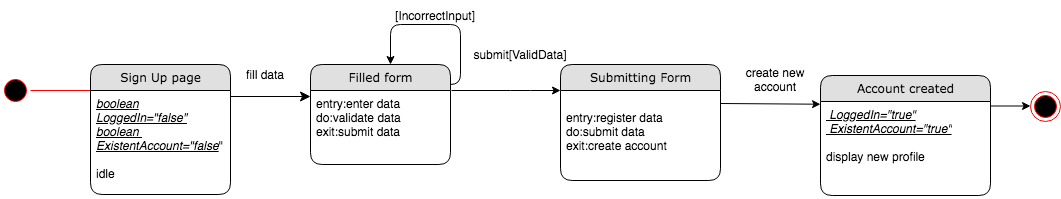
This is Diagrams/State Chart Diagrams FINAL/ST_26 CREATE PERSONAL ACCOUNT.png from kkasharaj17/SE-project, a draw.io export, as it was before one commit. Source tidied: cells renumbered, new cells last; positions are measured from the earlier drawing's top-left corner, leaving out a move shared by most shapes.
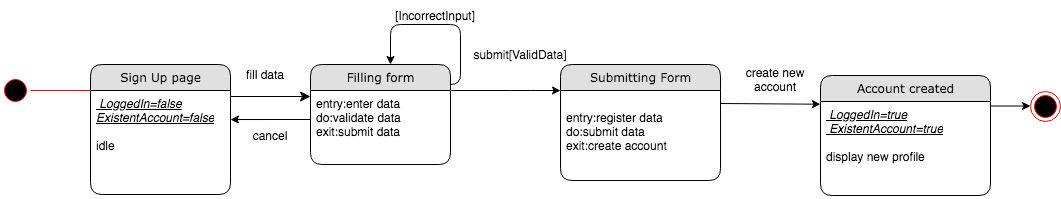
Above is the later version.

What changed in the source:
```diff
@@ -55,13 +55,13 @@
     <mxCell id="11" value="Sign Up page" style="swimlane;html=1;fontStyle=0;horizontal=1;startSize=26;fillColor=#e0e0e0;swimlaneFillColor=#ffffff;align=center;rounded=1;shadow=0;comic=0;labelBackgroundColor=none;strokeWidth=1;fontFamily=Verdana;fontSize=12;" parent="1" vertex="1">
       <mxGeometry x="90" y="64" width="140" height="130" as="geometry" />
     </mxCell>
-    <mxCell id="12" value="&lt;i&gt;&lt;u&gt;boolean LoggedIn=&quot;false&quot;&lt;br&gt;boolean&amp;nbsp;&lt;/u&gt;&lt;/i&gt;&lt;br&gt;&lt;u style=&quot;font-style: italic&quot;&gt;ExistentAccount=&quot;false&lt;/u&gt;&quot;&lt;br&gt;&lt;br&gt;idle" style="text;html=1;strokeColor=none;fillColor=none;spacingLeft=4;spacingRight=4;whiteSpace=wrap;overflow=hidden;points=[[0,0.5],[1,0.5]];portConstraint=eastwest;" parent="11" vertex="1">
+    <mxCell id="12" value="&lt;i&gt;&lt;u&gt;&amp;nbsp;LoggedIn=false&lt;/u&gt;&lt;/i&gt;&lt;br&gt;&lt;u style=&quot;font-style: italic&quot;&gt;ExistentAccount=false&lt;/u&gt;&lt;br&gt;&lt;br&gt;idle" style="text;html=1;strokeColor=none;fillColor=none;spacingLeft=4;spacingRight=4;whiteSpace=wrap;overflow=hidden;points=[[0,0.5],[1,0.5]];portConstraint=eastwest;" parent="11" vertex="1">
       <mxGeometry y="26" width="140" height="104" as="geometry" />
     </mxCell>
     <mxCell id="13" value="submit[ValidData]" style="text;html=1;strokeColor=none;fillColor=none;align=center;verticalAlign=middle;whiteSpace=wrap;rounded=0;" parent="1" vertex="1">
       <mxGeometry x="500" y="44" width="40" height="20" as="geometry" />
     </mxCell>
-    <mxCell id="14" value="Filled form" style="swimlane;html=1;fontStyle=0;horizontal=1;startSize=26;fillColor=#e0e0e0;swimlaneFillColor=#ffffff;align=center;rounded=1;shadow=0;comic=0;labelBackgroundColor=none;strokeWidth=1;fontFamily=Verdana;fontSize=12;" parent="1" vertex="1">
+    <mxCell id="14" value="Filling form" style="swimlane;html=1;fontStyle=0;horizontal=1;startSize=26;fillColor=#e0e0e0;swimlaneFillColor=#ffffff;align=center;rounded=1;shadow=0;comic=0;labelBackgroundColor=none;strokeWidth=1;fontFamily=Verdana;fontSize=12;" parent="1" vertex="1">
       <mxGeometry x="310" y="64" width="140" height="100" as="geometry" />
     </mxCell>
     <mxCell id="15" value="entry:enter data&lt;br&gt;do:validate data&lt;br&gt;exit:submit data" style="text;html=1;strokeColor=none;fillColor=none;spacingLeft=4;spacingRight=4;whiteSpace=wrap;overflow=hidden;points=[[0,0.5],[1,0.5]];portConstraint=eastwest;" parent="14" vertex="1">
@@ -84,8 +84,14 @@
     <mxCell id="20" value="Account created" style="swimlane;html=1;fontStyle=0;horizontal=1;startSize=26;fillColor=#e0e0e0;swimlaneFillColor=#ffffff;align=center;rounded=1;shadow=0;comic=0;labelBackgroundColor=none;strokeWidth=1;fontFamily=Verdana;fontSize=12;" parent="1" vertex="1">
       <mxGeometry x="820" y="75" width="170" height="120" as="geometry" />
     </mxCell>
-    <mxCell id="21" value="&lt;i&gt;&lt;u&gt;&amp;nbsp;LoggedIn=&quot;true&quot;&lt;br&gt;&lt;/u&gt;&lt;/i&gt;&lt;i&gt;&lt;u&gt;&amp;nbsp;ExistentAccount=&quot;true&quot;&lt;br&gt;&lt;/u&gt;&lt;/i&gt;&lt;br&gt;display new profile" style="text;html=1;strokeColor=none;fillColor=none;spacingLeft=4;spacingRight=4;whiteSpace=wrap;overflow=hidden;points=[[0,0.5],[1,0.5]];portConstraint=eastwest;" parent="20" vertex="1">
+    <mxCell id="21" value="&lt;i&gt;&lt;u&gt;&amp;nbsp;LoggedIn=true&lt;br&gt;&lt;/u&gt;&lt;/i&gt;&lt;i&gt;&lt;u&gt;&amp;nbsp;ExistentAccount=true&lt;br&gt;&lt;/u&gt;&lt;/i&gt;&lt;br&gt;display new profile" style="text;html=1;strokeColor=none;fillColor=none;spacingLeft=4;spacingRight=4;whiteSpace=wrap;overflow=hidden;points=[[0,0.5],[1,0.5]];portConstraint=eastwest;" parent="20" vertex="1">
       <mxGeometry y="26" width="170" height="94" as="geometry" />
     </mxCell>
+    <mxCell id="22" style="endArrow=classic;html=1;entryX=1;entryY=0.279;entryDx=0;entryDy=0;entryPerimeter=0;exitX=0;exitY=0.392;exitDx=0;exitDy=0;exitPerimeter=0;" parent="1" edge="1" source="15" target="12">
+      <mxGeometry relative="1" as="geometry" />
+    </mxCell>
+    <mxCell id="23" value="cancel" style="text;html=1;strokeColor=none;fillColor=none;align=center;verticalAlign=middle;whiteSpace=wrap;rounded=0;" parent="1" vertex="1">
+      <mxGeometry x="250" y="125" width="40" height="20" as="geometry" />
+    </mxCell>
   </root>
 </mxGraphModel>
```
